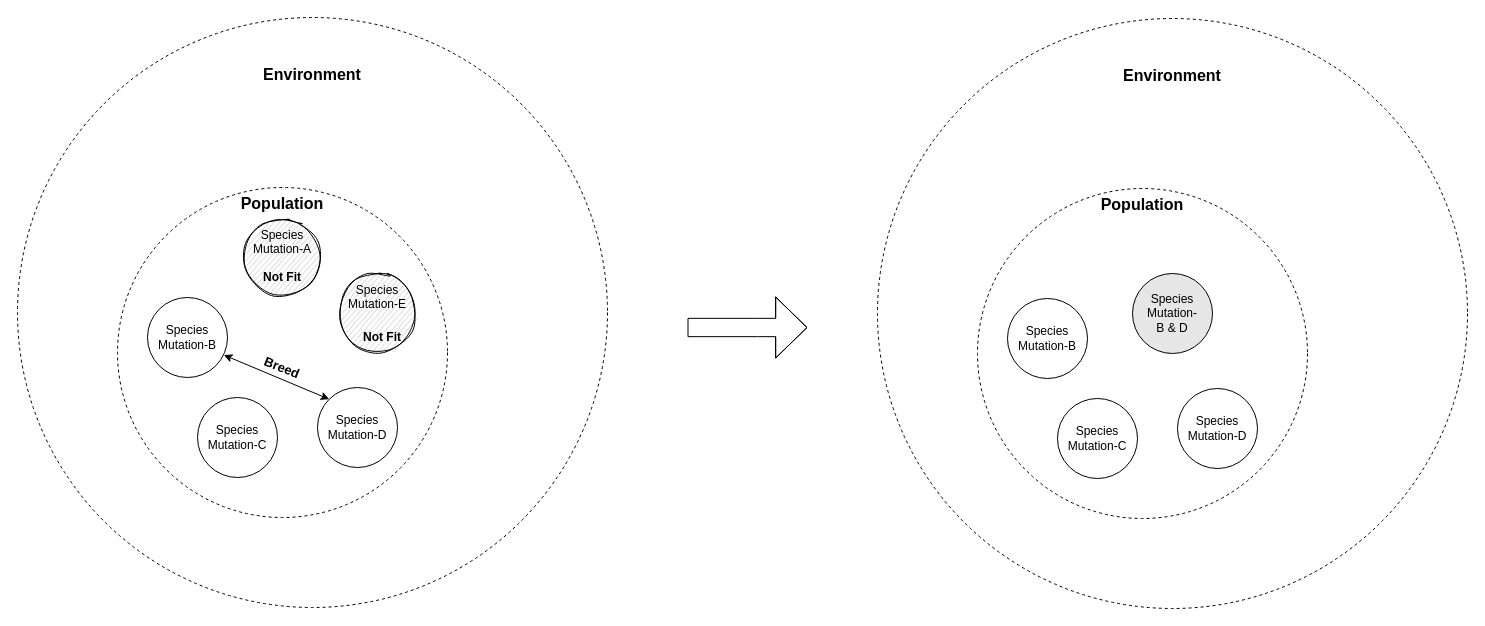
The draw.io diagram page "RealWorldEvolution" (3 of 3) of design/ExplanationDiagrams.drawio in codefinity/oeuvre, before the edit. Source tidied: cells renumbered, new cells numbered last; positions are measured from the earlier drawing's top-left corner, leaving out a move shared by most shapes. Both pictures are drawn from the tidied source at 100%, with x=0, y=0 at pixel (17, 17).
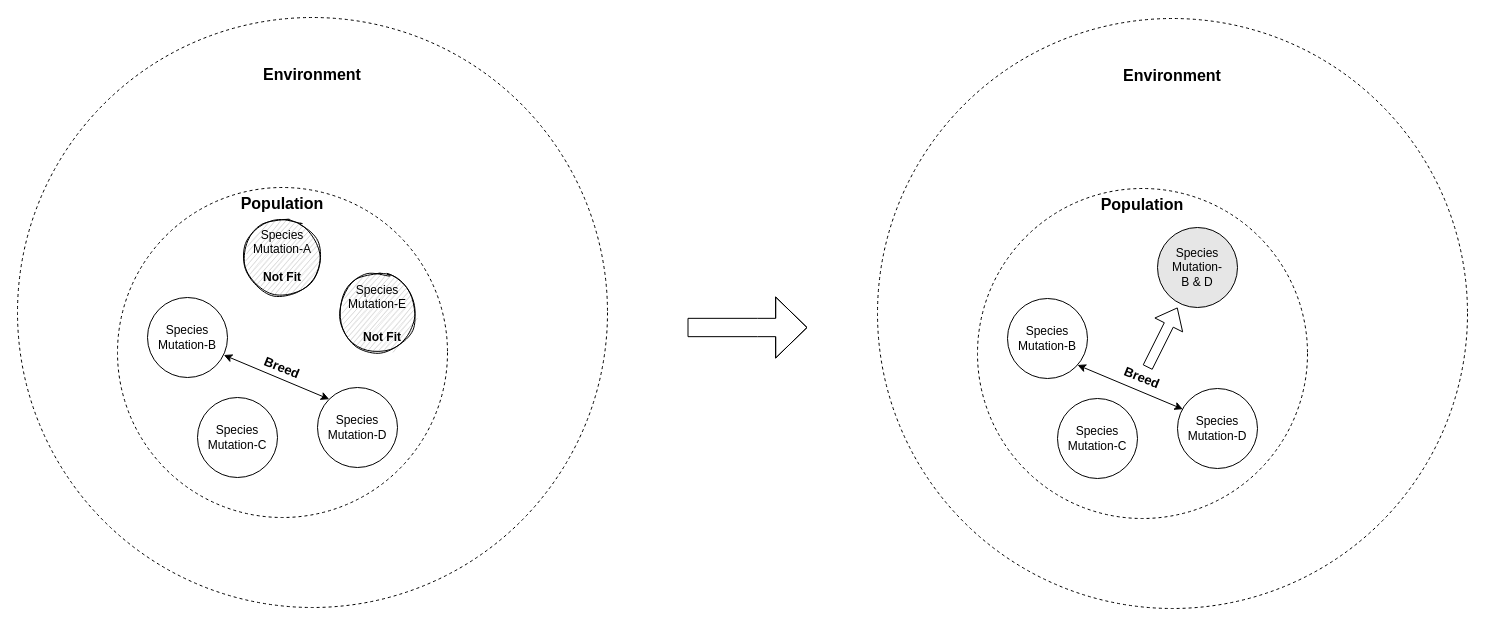
The same page after the edit.

Diff of the diagram source:
```diff
@@
     <mxCell id="18" value="Species&lt;br&gt;Mutation-&lt;br&gt;B &amp;amp; D" style="ellipse;whiteSpace=wrap;html=1;rounded=0;shadow=0;glass=0;sketch=0;strokeColor=#000000;gradientColor=none;fontSize=12;align=center;fillColor=#E6E6E6;" parent="1" vertex="1">
-      <mxGeometry x="1115" y="256" width="80" height="80" as="geometry" />
+      <mxGeometry x="1140" y="210" width="80" height="80" as="geometry" />
     </mxCell>
@@
+    <mxCell id="20" style="endArrow=classic;startArrow=classic;html=1;fontSize=13;entryX=0.954;entryY=0.719;entryDx=0;entryDy=0;exitX=0;exitY=0;exitDx=0;exitDy=0;entryPerimeter=0;" parent="1" edge="1">
+      <mxGeometry relative="1" as="geometry">
+        <mxPoint x="1165.4" y="391.7" as="sourcePoint" />
+        <mxPoint x="1060" y="347.5" as="targetPoint" />
+      </mxGeometry>
+    </mxCell>
+    <mxCell id="21" style="shape=flexArrow;endArrow=classic;html=1;" parent="1" edge="1">
+      <mxGeometry relative="1" as="geometry">
+        <mxPoint x="1130" y="350" as="sourcePoint" />
+        <mxPoint x="1160" y="290" as="targetPoint" />
+      </mxGeometry>
+    </mxCell>
+    <mxCell id="22" value="Breed" style="text;html=1;strokeColor=none;fillColor=none;align=center;verticalAlign=middle;whiteSpace=wrap;rounded=0;shadow=0;glass=0;sketch=1;fontSize=13;fontStyle=1;rotation=22;" parent="1" vertex="1">
+      <mxGeometry x="1100" y="350" width="50" height="20" as="geometry" />
+    </mxCell>
```
